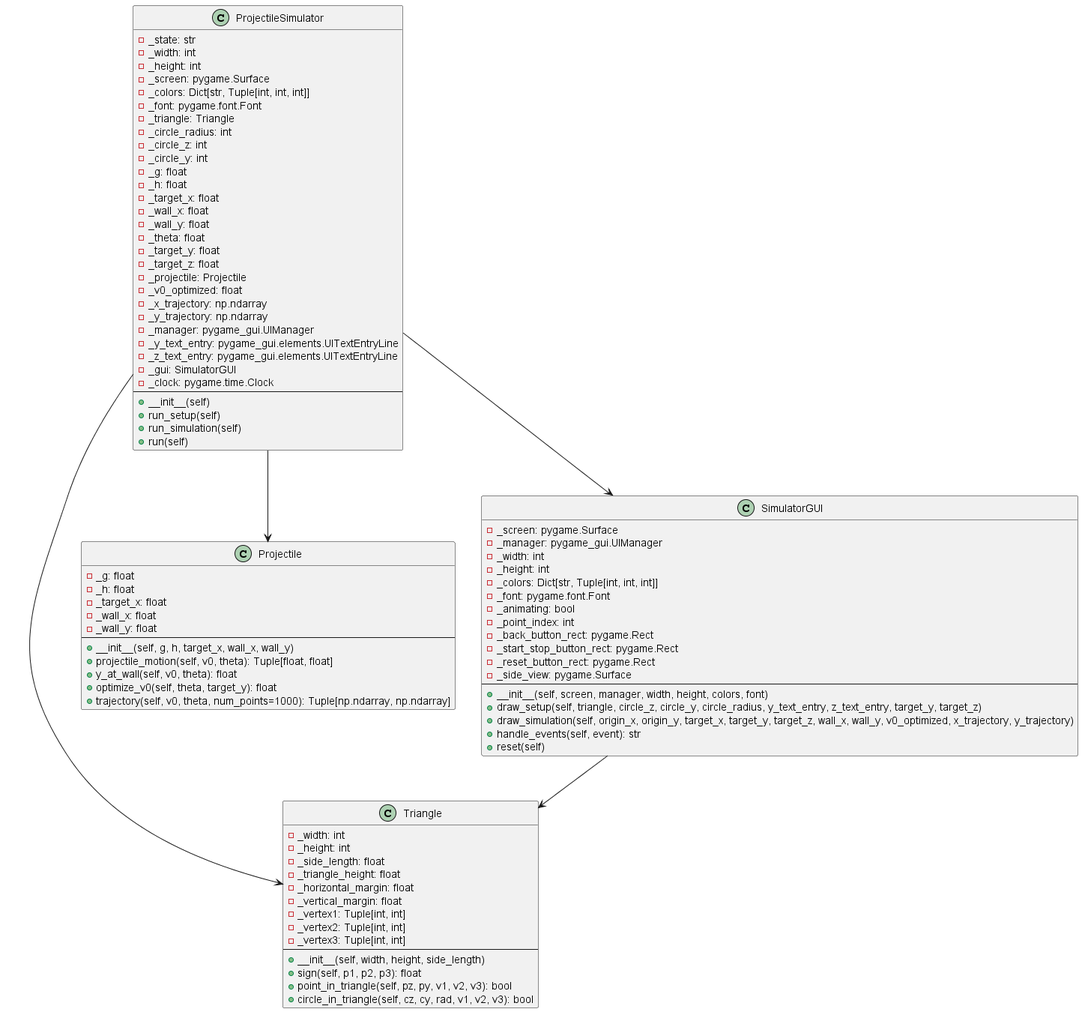
Earlier version of the PlantUML export out/UML_F/UML_F.png (Aom-Aursudkit/Studio_G4_Simulator).
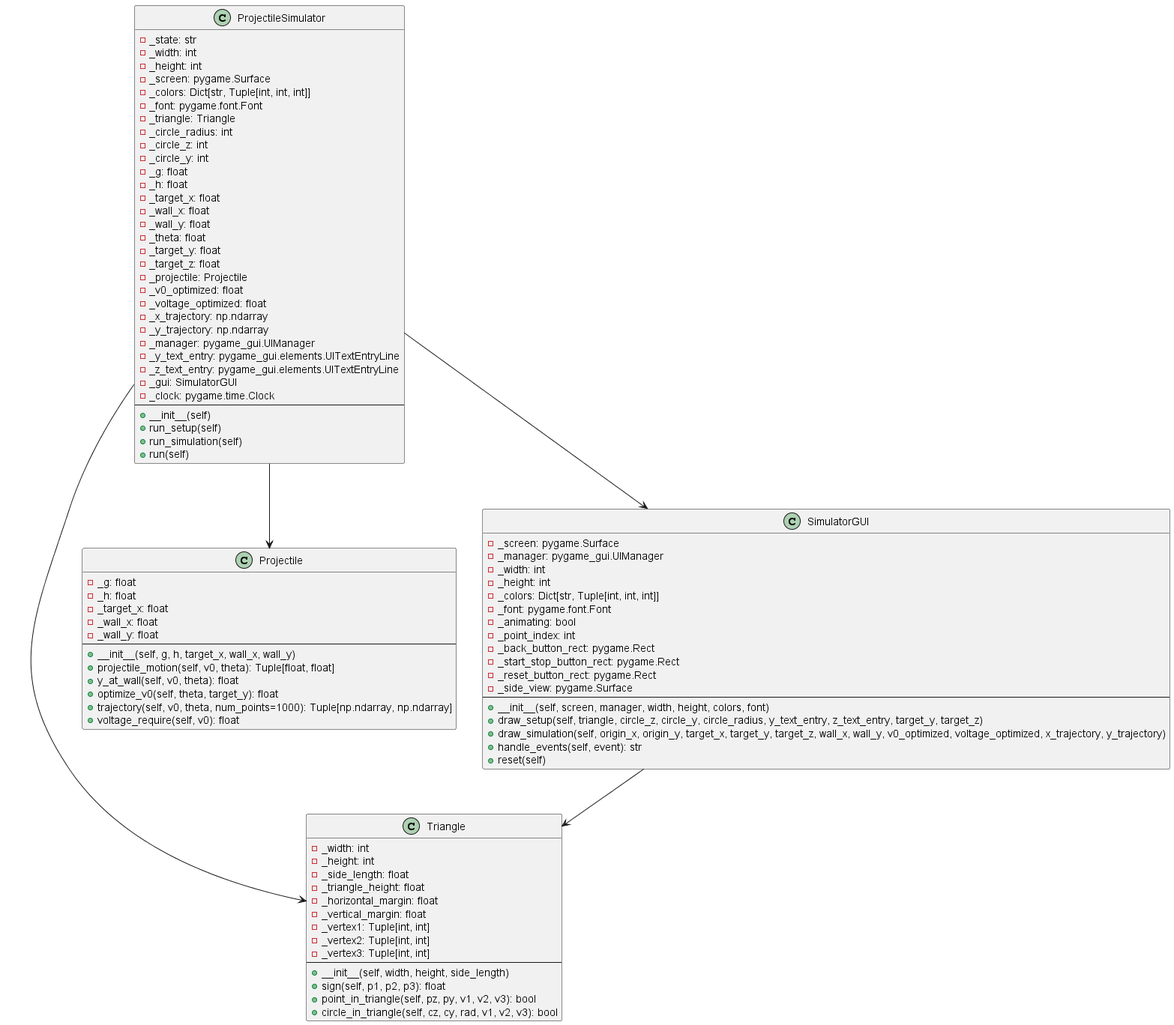
After the commit.

The edit, as a diff of the source:
```diff
@@ -29,6 +29,7 @@
     + y_at_wall(self, v0, theta): float
     + optimize_v0(self, theta, target_y): float
     + trajectory(self, v0, theta, num_points=1000): Tuple[np.ndarray, np.ndarray]
+    + voltage_require(self, v0): float
 }
 
 class SimulatorGUI {
@@ -47,7 +48,7 @@
     --
     + __init__(self, screen, manager, width, height, colors, font)
     + draw_setup(self, triangle, circle_z, circle_y, circle_radius, y_text_entry, z_text_entry, target_y, target_z)
-    + draw_simulation(self, origin_x, origin_y, target_x, target_y, target_z, wall_x, wall_y, v0_optimized, x_trajectory, y_trajectory)
+    + draw_simulation(self, origin_x, origin_y, target_x, target_y, target_z, wall_x, wall_y, v0_optimized, voltage_optimized, x_trajectory, y_trajectory)
     + handle_events(self, event): str
     + reset(self)
 }
@@ -73,6 +74,7 @@
     - _target_z: float
     - _projectile: Projectile
     - _v0_optimized: float
+    - _voltage_optimized: float
     - _x_trajectory: np.ndarray
     - _y_trajectory: np.ndarray
     - _manager: pygame_gui.UIManager
```
